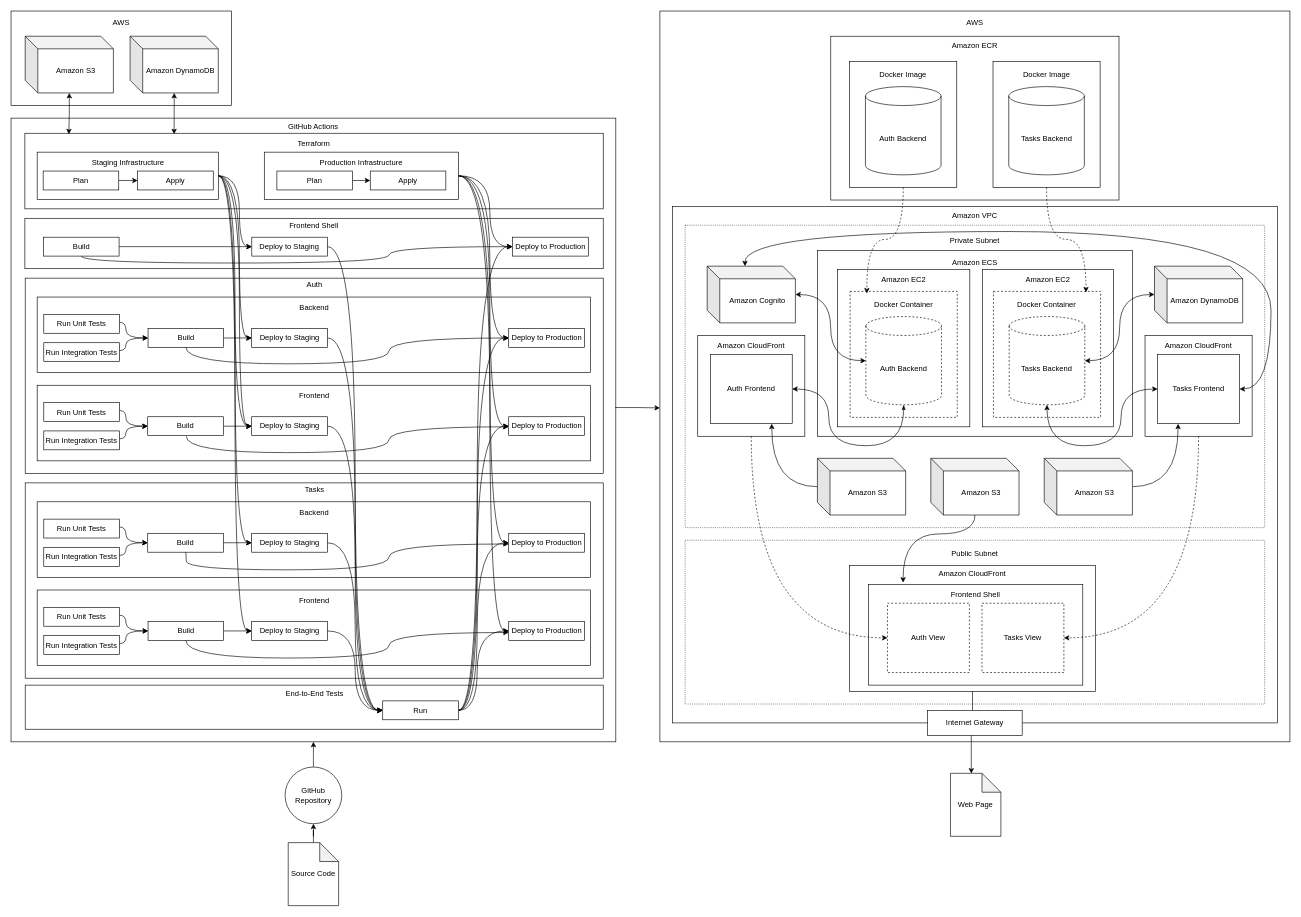
Before: maps.drawio in wlnzed/mytasks, a draw.io diagram. Source tidied: cells renumbered, new cells numbered last; positions are measured from the earlier drawing's top-left corner, leaving out a move shared by most shapes. Both pictures are drawn from the tidied source at 63%, with x=0, y=0 at pixel (11, 11).
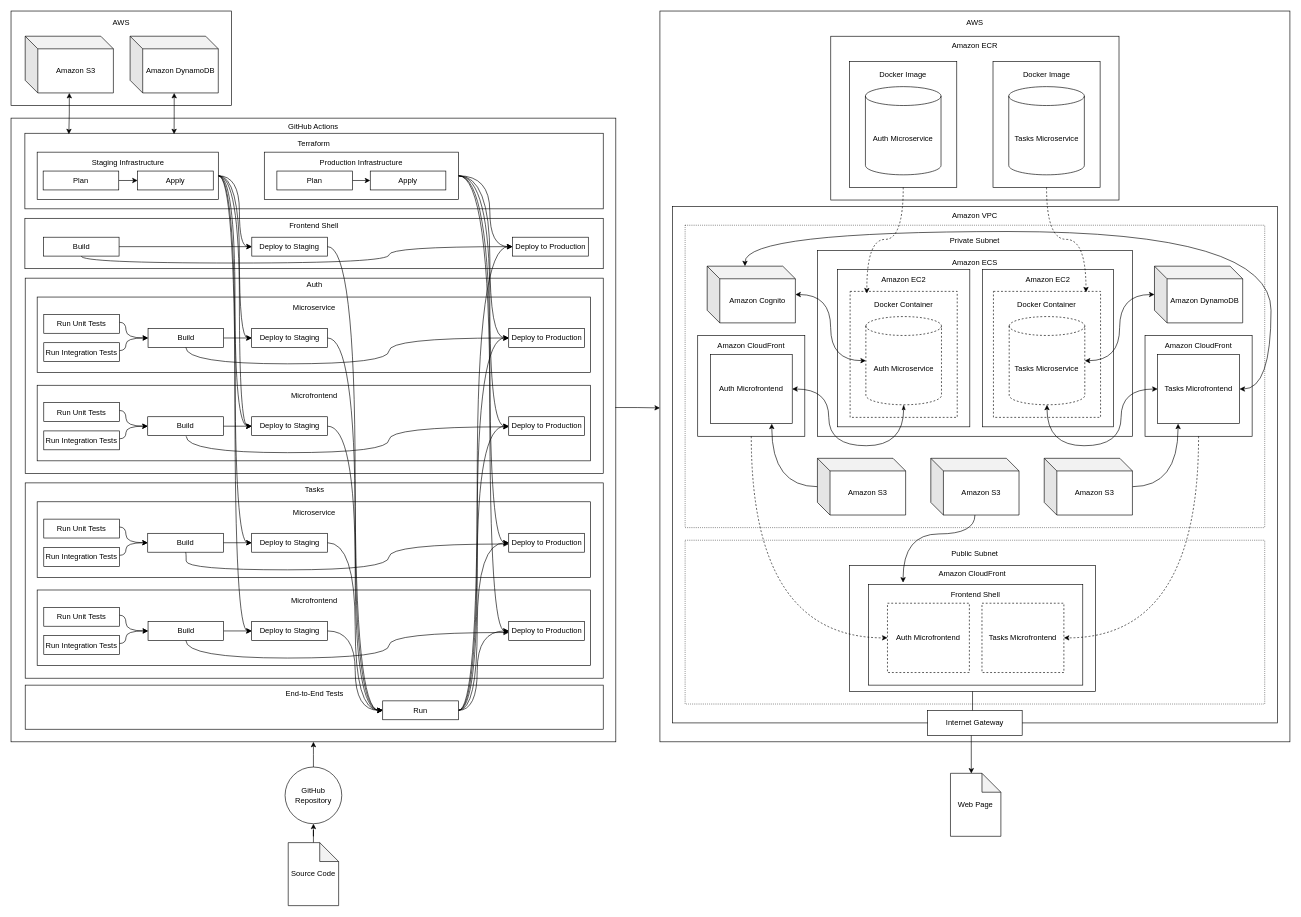
The same page after the edit.

Change to the diagram source:
```diff
@@
-    <mxCell id="13" value="Auth Frontend" style="rounded=0;whiteSpace=wrap;html=1;" parent="1" vertex="1">
+    <mxCell id="13" value="Auth Microfrontend" style="rounded=0;whiteSpace=wrap;html=1;" parent="1" vertex="1">
       <mxGeometry x="1110" y="545" width="130" height="110" as="geometry" />
     </mxCell>
-    <mxCell id="14" value="Tasks Frontend" style="rounded=0;whiteSpace=wrap;html=1;" parent="1" vertex="1">
+    <mxCell id="14" value="Tasks Microfrontend" style="rounded=0;whiteSpace=wrap;html=1;" parent="1" vertex="1">
       <mxGeometry x="1820" y="545" width="130" height="110" as="geometry" />
     </mxCell>
@@
-    <mxCell id="18" value="Auth View" style="rounded=0;whiteSpace=wrap;html=1;dashed=1;" parent="1" vertex="1">
+    <mxCell id="18" value="Auth Microfrontend" style="rounded=0;whiteSpace=wrap;html=1;dashed=1;" parent="1" vertex="1">
       <mxGeometry x="1391.2" y="940" width="130" height="110" as="geometry" />
     </mxCell>
-    <mxCell id="19" value="Tasks View" style="rounded=0;whiteSpace=wrap;html=1;dashed=1;" parent="1" vertex="1">
+    <mxCell id="19" value="Tasks Microfrontend" style="rounded=0;whiteSpace=wrap;html=1;dashed=1;" parent="1" vertex="1">
       <mxGeometry x="1541.2" y="940" width="130" height="110" as="geometry" />
     </mxCell>
@@
-    <mxCell id="26" value="Auth Backend" style="shape=cylinder3;whiteSpace=wrap;html=1;boundedLbl=1;backgroundOutline=1;size=15;" parent="1" vertex="1">
+    <mxCell id="26" value="Auth Microservice" style="shape=cylinder3;whiteSpace=wrap;html=1;boundedLbl=1;backgroundOutline=1;size=15;" parent="1" vertex="1">
       <mxGeometry x="1356.2" y="120" width="120" height="140" as="geometry" />
     </mxCell>
-    <mxCell id="27" value="Tasks Backend" style="shape=cylinder3;whiteSpace=wrap;html=1;boundedLbl=1;backgroundOutline=1;size=15;" parent="1" vertex="1">
+    <mxCell id="27" value="Tasks Microservice" style="shape=cylinder3;whiteSpace=wrap;html=1;boundedLbl=1;backgroundOutline=1;size=15;" parent="1" vertex="1">
       <mxGeometry x="1583.7" y="120" width="120" height="140" as="geometry" />
     </mxCell>
@@
-    <mxCell id="33" value="Auth Backend" style="shape=cylinder3;whiteSpace=wrap;html=1;boundedLbl=1;backgroundOutline=1;size=15;dashed=1;" parent="1" vertex="1">
+    <mxCell id="33" value="Auth Microservice" style="shape=cylinder3;whiteSpace=wrap;html=1;boundedLbl=1;backgroundOutline=1;size=15;dashed=1;" parent="1" vertex="1">
       <mxGeometry x="1356.9" y="485" width="120" height="140" as="geometry" />
     </mxCell>
@@
-    <mxCell id="36" value="Tasks Backend" style="shape=cylinder3;whiteSpace=wrap;html=1;boundedLbl=1;backgroundOutline=1;size=15;dashed=1;" parent="1" vertex="1">
+    <mxCell id="36" value="Tasks Microservice" style="shape=cylinder3;whiteSpace=wrap;html=1;boundedLbl=1;backgroundOutline=1;size=15;dashed=1;" parent="1" vertex="1">
       <mxGeometry x="1584.4" y="485" width="120" height="140" as="geometry" />
     </mxCell>
@@
-    <mxCell id="55" value="Frontend&lt;div&gt;&lt;br&gt;&lt;/div&gt;&lt;div&gt;&lt;br&gt;&lt;/div&gt;&lt;div&gt;&lt;br&gt;&lt;/div&gt;&lt;div&gt;&lt;br&gt;&lt;/div&gt;&lt;div&gt;&lt;br&gt;&lt;/div&gt;&lt;div&gt;&lt;br&gt;&lt;/div&gt;" style="rounded=0;whiteSpace=wrap;html=1;" parent="1" vertex="1">
+    <mxCell id="55" value="Microfrontend&lt;br&gt;&lt;div&gt;&lt;br&gt;&lt;/div&gt;&lt;div&gt;&lt;br&gt;&lt;/div&gt;&lt;div&gt;&lt;br&gt;&lt;/div&gt;&lt;div&gt;&lt;br&gt;&lt;/div&gt;&lt;div&gt;&lt;br&gt;&lt;/div&gt;&lt;div&gt;&lt;br&gt;&lt;/div&gt;" style="rounded=0;whiteSpace=wrap;html=1;" parent="1" vertex="1">
       <mxGeometry x="41.5" y="919" width="878.5" height="120" as="geometry" />
     </mxCell>
@@
-    <mxCell id="68" value="Backend&lt;br&gt;&lt;div&gt;&lt;br&gt;&lt;/div&gt;&lt;div&gt;&lt;br&gt;&lt;/div&gt;&lt;div&gt;&lt;br&gt;&lt;/div&gt;&lt;div&gt;&lt;br&gt;&lt;/div&gt;&lt;div&gt;&lt;br&gt;&lt;/div&gt;&lt;div&gt;&lt;br&gt;&lt;/div&gt;" style="rounded=0;whiteSpace=wrap;html=1;" parent="1" vertex="1">
+    <mxCell id="68" value="Microservice&lt;br&gt;&lt;div&gt;&lt;br&gt;&lt;/div&gt;&lt;div&gt;&lt;br&gt;&lt;/div&gt;&lt;div&gt;&lt;br&gt;&lt;/div&gt;&lt;div&gt;&lt;br&gt;&lt;/div&gt;&lt;div&gt;&lt;br&gt;&lt;/div&gt;&lt;div&gt;&lt;br&gt;&lt;/div&gt;" style="rounded=0;whiteSpace=wrap;html=1;" parent="1" vertex="1">
       <mxGeometry x="41.5" y="779" width="878.5" height="120" as="geometry" />
     </mxCell>
@@
-    <mxCell id="77" value="Frontend&lt;br&gt;&lt;div&gt;&lt;br&gt;&lt;/div&gt;&lt;div&gt;&lt;br&gt;&lt;/div&gt;&lt;div&gt;&lt;br&gt;&lt;/div&gt;&lt;div&gt;&lt;br&gt;&lt;/div&gt;&lt;div&gt;&lt;br&gt;&lt;/div&gt;&lt;div&gt;&lt;br&gt;&lt;/div&gt;" style="rounded=0;whiteSpace=wrap;html=1;" parent="1" vertex="1">
+    <mxCell id="77" value="Microfrontend&lt;br&gt;&lt;div&gt;&lt;br&gt;&lt;/div&gt;&lt;div&gt;&lt;br&gt;&lt;/div&gt;&lt;div&gt;&lt;br&gt;&lt;/div&gt;&lt;div&gt;&lt;br&gt;&lt;/div&gt;&lt;div&gt;&lt;br&gt;&lt;/div&gt;&lt;div&gt;&lt;br&gt;&lt;/div&gt;" style="rounded=0;whiteSpace=wrap;html=1;" parent="1" vertex="1">
       <mxGeometry x="41.5" y="594" width="878.5" height="120" as="geometry" />
     </mxCell>
@@
-    <mxCell id="85" value="Backend&lt;br&gt;&lt;div&gt;&lt;br&gt;&lt;/div&gt;&lt;div&gt;&lt;br&gt;&lt;/div&gt;&lt;div&gt;&lt;br&gt;&lt;/div&gt;&lt;div&gt;&lt;br&gt;&lt;/div&gt;&lt;div&gt;&lt;br&gt;&lt;/div&gt;&lt;div&gt;&lt;br&gt;&lt;/div&gt;" style="rounded=0;whiteSpace=wrap;html=1;" parent="1" vertex="1">
+    <mxCell id="85" value="Microservice&lt;br&gt;&lt;div&gt;&lt;br&gt;&lt;/div&gt;&lt;div&gt;&lt;br&gt;&lt;/div&gt;&lt;div&gt;&lt;br&gt;&lt;/div&gt;&lt;div&gt;&lt;br&gt;&lt;/div&gt;&lt;div&gt;&lt;br&gt;&lt;/div&gt;&lt;div&gt;&lt;br&gt;&lt;/div&gt;" style="rounded=0;whiteSpace=wrap;html=1;" parent="1" vertex="1">
       <mxGeometry x="41.5" y="454" width="878.5" height="120" as="geometry" />
     </mxCell>
```
